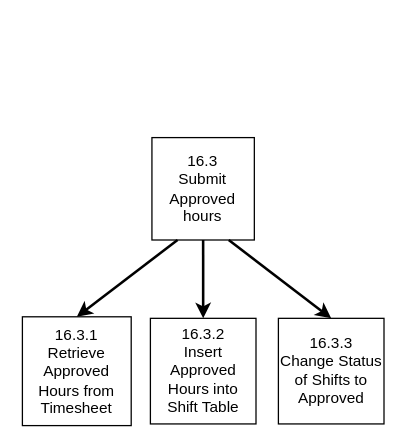
Earlier version of the draw.io diagram page "16.3: Submit Approved Hours" (3 of 3) of Diagrams/StructureCharts/Proc16ApproveHours.drawio (Harlento/SchedulingSystem). Source tidied: cells renumbered, new cells numbered last; positions are measured from the earlier drawing's top-left corner, leaving out a move shared by most shapes. Both pictures are drawn from the tidied source at 128%, with x=0, y=0 at pixel (22, 137).
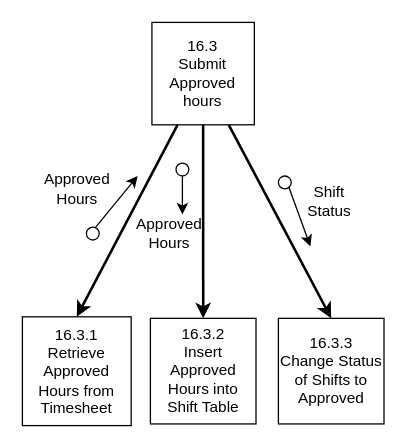
Above is the later version.

Diff of the diagram source:
```diff
@@
 <mxGraphModel>
   <root>
     <mxCell id="0" />
     <mxCell id="1" parent="0" />
     <mxCell id="2" value="16.3&lt;br&gt;Submit Approved hours" style="whiteSpace=wrap;html=1;" parent="1" vertex="1">
-      <mxGeometry x="101.2" width="80" height="80" as="geometry" />
+      <mxGeometry x="101.2" y="-90" width="80" height="80" as="geometry" />
     </mxCell>
     <mxCell id="3" style="endArrow=classic;html=1;exitX=0.25;exitY=1;exitDx=0;exitDy=0;entryX=0.5;entryY=0;entryDx=0;entryDy=0;strokeWidth=2;" parent="1" edge="1" source="2" target="6">
       <mxGeometry relative="1" as="geometry" />
     </mxCell>
     <mxCell id="4" style="endArrow=classic;html=1;strokeWidth=2;entryX=0.5;entryY=0;entryDx=0;entryDy=0;exitX=0.5;exitY=1;exitDx=0;exitDy=0;" parent="1" edge="1" source="2" target="5">
       <mxGeometry relative="1" as="geometry" />
     </mxCell>
     <mxCell id="5" value="16.3.2&lt;br&gt;Insert Approved Hours into Shift Table" style="whiteSpace=wrap;html=1;" parent="1" vertex="1">
       <mxGeometry x="100" y="141.2" width="82.5" height="82.5" as="geometry" />
     </mxCell>
     <mxCell id="6" value="16.3.1&lt;br&gt;Retrieve Approved Hours from Timesheet" style="whiteSpace=wrap;html=1;" parent="1" vertex="1">
       <mxGeometry y="140" width="85" height="85" as="geometry" />
     </mxCell>
     <mxCell id="7" value="16.3.3&lt;br&gt;Change Status of Shifts to Approved" style="whiteSpace=wrap;html=1;" parent="1" vertex="1">
       <mxGeometry x="200" y="141.2" width="82.5" height="82.5" as="geometry" />
     </mxCell>
     <mxCell id="8" style="endArrow=classic;html=1;exitX=0.75;exitY=1;exitDx=0;exitDy=0;entryX=0.5;entryY=0;entryDx=0;entryDy=0;strokeWidth=2;" parent="1" edge="1" source="2" target="7">
       <mxGeometry relative="1" as="geometry" />
     </mxCell>
+    <mxCell id="9" style="endArrow=classic;html=1;exitX=0.817;exitY=0.943;exitDx=0;exitDy=0;exitPerimeter=0;" parent="1" edge="1" source="10">
+      <mxGeometry relative="1" as="geometry">
+        <mxPoint x="90" y="30" as="targetPoint" />
+      </mxGeometry>
+    </mxCell>
+    <mxCell id="10" style="ellipse;whiteSpace=wrap;html=1;fillColor=#FFFFFF;direction=south;" parent="1" vertex="1">
+      <mxGeometry x="50" y="70" width="10" height="10" as="geometry" />
+    </mxCell>
+    <mxCell id="11" value="Approved Hours" style="text;html=1;strokeColor=none;fillColor=none;align=center;verticalAlign=middle;whiteSpace=wrap;rounded=0;" parent="1" vertex="1">
+      <mxGeometry x="12.5" y="30" width="60" height="20" as="geometry" />
+    </mxCell>
+    <mxCell id="12" style="endArrow=classic;html=1;exitX=0.5;exitY=0;exitDx=0;exitDy=0;" parent="1" edge="1" source="13">
+      <mxGeometry relative="1" as="geometry">
+        <mxPoint x="125" y="60" as="targetPoint" />
+      </mxGeometry>
+    </mxCell>
+    <mxCell id="13" style="ellipse;whiteSpace=wrap;html=1;fillColor=#FFFFFF;direction=east;" parent="1" vertex="1">
+      <mxGeometry x="120" y="20" width="10" height="10" as="geometry" />
+    </mxCell>
+    <mxCell id="14" value="Approved Hours" style="text;html=1;strokeColor=none;fillColor=none;align=center;verticalAlign=middle;whiteSpace=wrap;rounded=0;" parent="1" vertex="1">
+      <mxGeometry x="85" y="65" width="60" height="20" as="geometry" />
+    </mxCell>
+    <mxCell id="15" style="endArrow=classic;html=1;exitX=0.5;exitY=0;exitDx=0;exitDy=0;" parent="1" edge="1" source="16">
+      <mxGeometry relative="1" as="geometry">
+        <mxPoint x="225" y="85" as="targetPoint" />
+      </mxGeometry>
+    </mxCell>
+    <mxCell id="16" style="ellipse;whiteSpace=wrap;html=1;fillColor=#FFFFFF;direction=east;" parent="1" vertex="1">
+      <mxGeometry x="200" y="30" width="10" height="10" as="geometry" />
+    </mxCell>
+    <mxCell id="17" value="Shift Status" style="text;html=1;strokeColor=none;fillColor=none;align=center;verticalAlign=middle;whiteSpace=wrap;rounded=0;" parent="1" vertex="1">
+      <mxGeometry x="210" y="40" width="60" height="20" as="geometry" />
+    </mxCell>
   </root>
 </mxGraphModel>
```
